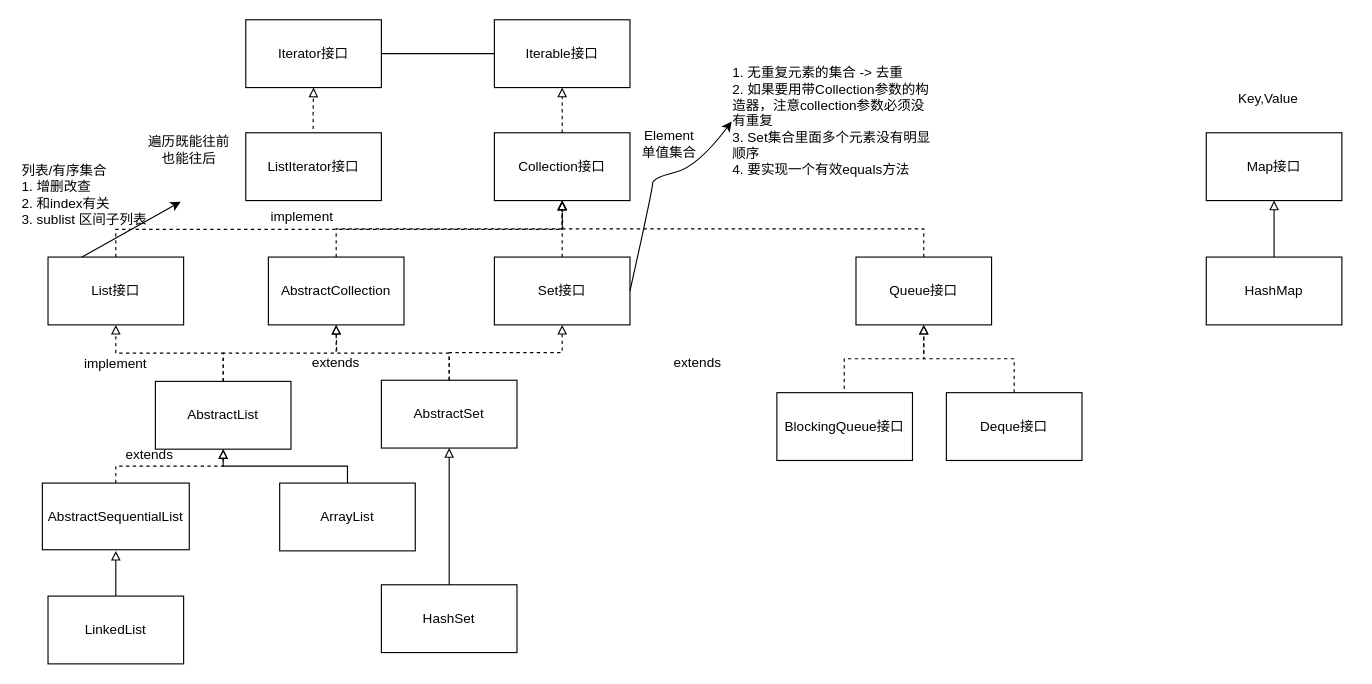
The draw.io diagram collections.drawio in zhangge208/LearningJava, before the edit. Source tidied: cells renumbered, new cells numbered last; positions are measured from the earlier drawing's top-left corner, leaving out a move shared by most shapes. Both pictures are drawn from the tidied source at 113%, with x=0, y=0 at pixel (19, 19).
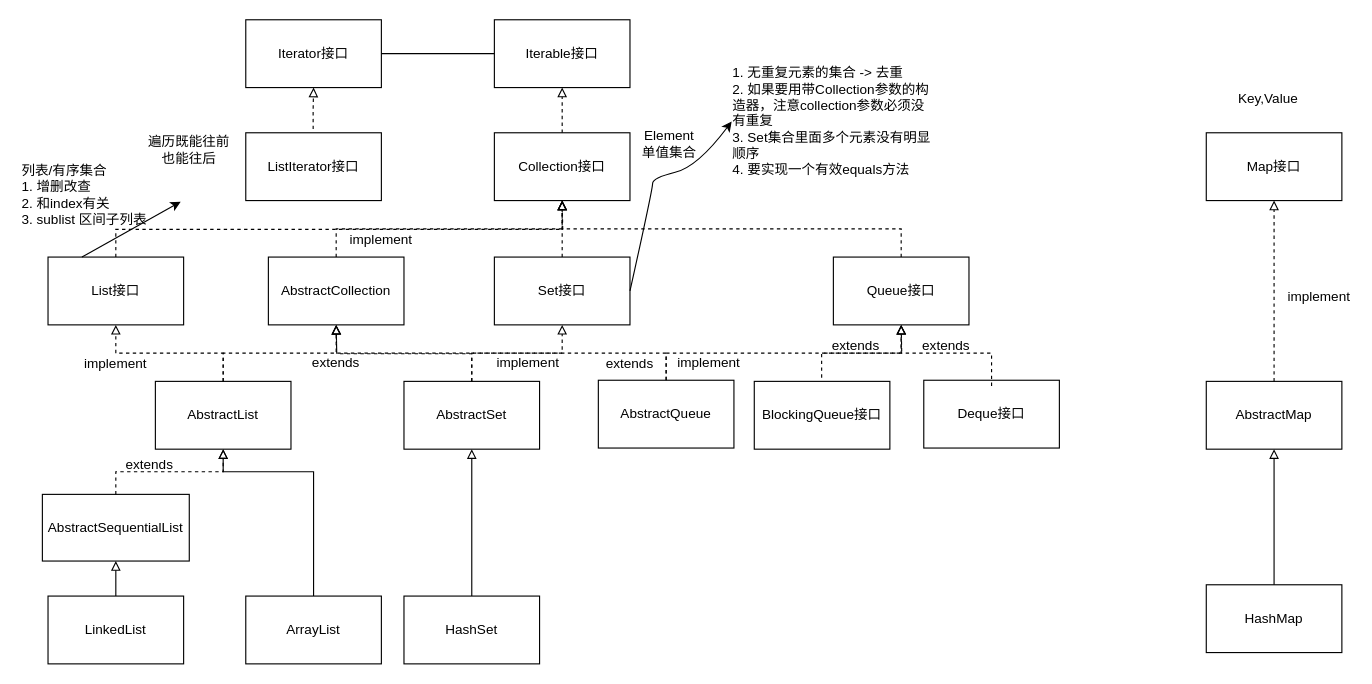
After the change.

The change refers to these unchanged cells:
```xml
<mxCell id="4" value="Map接口" style="rounded=0;whiteSpace=wrap;html=1;" parent="1" vertex="1">
  <mxGeometry x="1050" y="100" width="120" height="60" as="geometry" />
</mxCell>
<mxCell id="35" value="AbstractList" style="rounded=0;whiteSpace=wrap;html=1;" parent="1" vertex="1">
  <mxGeometry x="120" y="320" width="120" height="60" as="geometry" />
</mxCell>
<mxCell id="43" value="LinkedList" style="rounded=0;whiteSpace=wrap;html=1;" parent="1" vertex="1">
  <mxGeometry x="25" y="510" width="120" height="60" as="geometry" />
</mxCell>
```

What changed in the source:
```diff
@@
     <mxCell id="10" value="HashMap" style="rounded=0;whiteSpace=wrap;html=1;" parent="1" vertex="1">
-      <mxGeometry x="1050" y="210" width="120" height="60" as="geometry" />
+      <mxGeometry x="1050" y="500" width="120" height="60" as="geometry" />
     </mxCell>
-    <mxCell id="11" style="endArrow=block;endFill=0;shadow=0;strokeWidth=1;rounded=0;edgeStyle=orthogonalEdgeStyle;elbow=vertical;exitX=0.5;exitY=0;exitDx=0;exitDy=0;entryX=0.5;entryY=1;entryDx=0;entryDy=0;" parent="1" edge="1" source="10" target="4">
+    <mxCell id="11" style="endArrow=block;endFill=0;shadow=0;strokeWidth=1;rounded=0;edgeStyle=orthogonalEdgeStyle;elbow=vertical;exitX=0.5;exitY=0;exitDx=0;exitDy=0;entryX=0.5;entryY=1;entryDx=0;entryDy=0;" parent="1" edge="1" source="10" target="57">
       <mxGeometry relative="1" as="geometry" />
     </mxCell>
     <mxCell id="12" value="HashSet" style="rounded=0;whiteSpace=wrap;html=1;" parent="1" vertex="1">
-      <mxGeometry x="320" y="500" width="120" height="60" as="geometry" />
+      <mxGeometry x="340" y="510" width="120" height="60" as="geometry" />
     </mxCell>
@@
     <mxCell id="14" value="ArrayList" style="rounded=0;whiteSpace=wrap;html=1;" parent="1" vertex="1">
-      <mxGeometry x="230" y="410" width="120" height="60" as="geometry" />
+      <mxGeometry x="200" y="510" width="120" height="60" as="geometry" />
     </mxCell>
     <mxCell id="15" style="endArrow=block;endFill=0;shadow=0;strokeWidth=1;rounded=0;edgeStyle=orthogonalEdgeStyle;elbow=vertical;exitX=0.5;exitY=0;exitDx=0;exitDy=0;entryX=0.5;entryY=1;entryDx=0;entryDy=0;" parent="1" edge="1" source="14" target="35">
-      <mxGeometry relative="1" as="geometry" />
+      <mxGeometry relative="1" as="geometry">
+        <Array as="points">
+          <mxPoint x="260" y="400" />
+          <mxPoint x="180" y="400" />
+        </Array>
+      </mxGeometry>
     </mxCell>
@@
     <mxCell id="25" style="endArrow=block;endFill=0;shadow=0;strokeWidth=1;rounded=0;edgeStyle=orthogonalEdgeStyle;elbow=vertical;dashed=1;exitX=0.5;exitY=0;exitDx=0;exitDy=0;" parent="1" edge="1" source="26">
       <mxGeometry relative="1" as="geometry">
         <mxPoint x="480" y="160" as="targetPoint" />
         <Array as="points">
-          <mxPoint x="800" y="185" />
+          <mxPoint x="780" y="185" />
           <mxPoint x="480" y="185" />
         </Array>
       </mxGeometry>
     </mxCell>
     <mxCell id="26" value="Queue接口" style="rounded=0;whiteSpace=wrap;html=1;" parent="1" vertex="1">
-      <mxGeometry x="740" y="210" width="120" height="60" as="geometry" />
+      <mxGeometry x="720" y="210" width="120" height="60" as="geometry" />
     </mxCell>
@@
     <mxCell id="28" value="BlockingQueue接口" style="rounded=0;whiteSpace=wrap;html=1;" parent="1" vertex="1">
-      <mxGeometry x="670" y="330" width="120" height="60" as="geometry" />
+      <mxGeometry x="650" y="320" width="120" height="60" as="geometry" />
     </mxCell>
@@
     <mxCell id="30" value="Deque接口" style="rounded=0;whiteSpace=wrap;html=1;" parent="1" vertex="1">
-      <mxGeometry x="820" y="330" width="120" height="60" as="geometry" />
+      <mxGeometry x="800" y="319" width="120" height="60" as="geometry" />
     </mxCell>
-    <mxCell id="31" style="endArrow=block;endFill=0;shadow=0;strokeWidth=1;rounded=0;edgeStyle=elbowEdgeStyle;dashed=1;elbow=vertical;exitX=0.5;exitY=0;exitDx=0;exitDy=0;entryX=0.5;entryY=1;entryDx=0;entryDy=0;" parent="1" edge="1" source="30" target="26">
+    <mxCell id="31" style="endArrow=block;endFill=0;shadow=0;strokeWidth=1;rounded=0;edgeStyle=elbowEdgeStyle;dashed=1;elbow=vertical;exitX=0.5;exitY=0;exitDx=0;exitDy=0;" parent="1" edge="1">
       <mxGeometry relative="1" as="geometry">
+        <mxPoint x="860" y="324" as="sourcePoint" />
+        <mxPoint x="780" y="270" as="targetPoint" />
         <Array as="points">
-          <mxPoint x="880" y="300" />
+          <mxPoint x="820" y="295" />
         </Array>
       </mxGeometry>
     </mxCell>
@@
     <mxCell id="40" value="AbstractSequentialList" style="rounded=0;whiteSpace=wrap;html=1;" parent="1" vertex="1">
-      <mxGeometry x="20" y="410" width="130" height="59" as="geometry" />
+      <mxGeometry x="20" y="420" width="130" height="59" as="geometry" />
     </mxCell>
@@
     <mxCell id="42" value="extends" style="text;html=1;strokeColor=none;fillColor=none;align=center;verticalAlign=middle;whiteSpace=wrap;rounded=0;fontSize=12;fontFamily=Helvetica;" parent="1" vertex="1">
-      <mxGeometry x="85" y="370" width="60" height="30" as="geometry" />
+      <mxGeometry x="85" y="379" width="60" height="30" as="geometry" />
     </mxCell>
@@
-    <mxCell id="44" style="endArrow=block;endFill=0;shadow=0;strokeWidth=1;rounded=0;edgeStyle=orthogonalEdgeStyle;elbow=vertical;exitX=0.5;exitY=0;exitDx=0;exitDy=0;" parent="1" edge="1" source="43">
-      <mxGeometry relative="1" as="geometry">
-        <mxPoint x="85" y="470" as="targetPoint" />
-      </mxGeometry>
+    <mxCell id="44" style="endArrow=block;endFill=0;shadow=0;strokeWidth=1;rounded=0;edgeStyle=orthogonalEdgeStyle;elbow=vertical;exitX=0.5;exitY=0;exitDx=0;exitDy=0;entryX=0.5;entryY=1;entryDx=0;entryDy=0;" parent="1" edge="1" source="43" target="40">
+      <mxGeometry relative="1" as="geometry" />
     </mxCell>
     <mxCell id="45" value="implement" style="text;html=1;strokeColor=none;fillColor=none;align=center;verticalAlign=middle;whiteSpace=wrap;rounded=0;fontSize=12;fontFamily=Helvetica;" parent="1" vertex="1">
-      <mxGeometry x="220" y="160" width="60" height="30" as="geometry" />
+      <mxGeometry x="290" y="180" width="60" height="30" as="geometry" />
     </mxCell>
     <mxCell id="46" value="AbstractSet" style="rounded=0;whiteSpace=wrap;html=1;" parent="1" vertex="1">
-      <mxGeometry x="320" y="319" width="120" height="60" as="geometry" />
+      <mxGeometry x="340" y="320" width="120" height="60" as="geometry" />
     </mxCell>
@@
-    <mxCell id="48" value="extends" style="text;html=1;strokeColor=none;fillColor=none;align=center;verticalAlign=middle;whiteSpace=wrap;rounded=0;fontSize=12;fontFamily=Helvetica;" parent="1" vertex="1">
-      <mxGeometry x="570" y="289" width="60" height="30" as="geometry" />
+    <mxCell id="48" value="implement" style="text;html=1;strokeColor=none;fillColor=none;align=center;verticalAlign=middle;whiteSpace=wrap;rounded=0;fontSize=12;fontFamily=Helvetica;" parent="1" vertex="1">
+      <mxGeometry x="420" y="289" width="60" height="30" as="geometry" />
     </mxCell>
@@
+    <mxCell id="50" value="extends" style="text;html=1;strokeColor=none;fillColor=none;align=center;verticalAlign=middle;whiteSpace=wrap;rounded=0;fontSize=12;fontFamily=Helvetica;" parent="1" vertex="1">
+      <mxGeometry x="710" y="274" width="60" height="30" as="geometry" />
+    </mxCell>
+    <mxCell id="51" value="extends" style="text;html=1;strokeColor=none;fillColor=none;align=center;verticalAlign=middle;whiteSpace=wrap;rounded=0;fontSize=12;fontFamily=Helvetica;" parent="1" vertex="1">
+      <mxGeometry x="790" y="274" width="60" height="30" as="geometry" />
+    </mxCell>
+    <mxCell id="52" style="endArrow=block;endFill=0;shadow=0;strokeWidth=1;rounded=0;edgeStyle=orthogonalEdgeStyle;elbow=vertical;dashed=1;exitX=0.5;exitY=0;exitDx=0;exitDy=0;" parent="1" edge="1" source="53">
+      <mxGeometry relative="1" as="geometry">
+        <mxPoint x="280" y="270" as="targetPoint" />
+      </mxGeometry>
+    </mxCell>
+    <mxCell id="53" value="AbstractQueue" style="rounded=0;whiteSpace=wrap;html=1;" parent="1" vertex="1">
+      <mxGeometry x="512" y="319" width="120" height="60" as="geometry" />
+    </mxCell>
+    <mxCell id="54" style="endArrow=block;endFill=0;shadow=0;strokeWidth=1;rounded=0;edgeStyle=orthogonalEdgeStyle;elbow=vertical;dashed=1;exitX=0.5;exitY=0;exitDx=0;exitDy=0;" parent="1" edge="1" source="53">
+      <mxGeometry relative="1" as="geometry">
+        <mxPoint x="780" y="270" as="targetPoint" />
+      </mxGeometry>
+    </mxCell>
+    <mxCell id="55" value="extends" style="text;html=1;strokeColor=none;fillColor=none;align=center;verticalAlign=middle;whiteSpace=wrap;rounded=0;fontSize=12;fontFamily=Helvetica;" parent="1" vertex="1">
+      <mxGeometry x="510" y="290" width="60" height="30" as="geometry" />
+    </mxCell>
+    <mxCell id="56" value="implement" style="text;html=1;strokeColor=none;fillColor=none;align=center;verticalAlign=middle;whiteSpace=wrap;rounded=0;fontSize=12;fontFamily=Helvetica;" parent="1" vertex="1">
+      <mxGeometry x="580" y="289" width="60" height="30" as="geometry" />
+    </mxCell>
+    <mxCell id="57" value="AbstractMap" style="rounded=0;whiteSpace=wrap;html=1;" parent="1" vertex="1">
+      <mxGeometry x="1050" y="320" width="120" height="60" as="geometry" />
+    </mxCell>
+    <mxCell id="58" style="endArrow=block;endFill=0;shadow=0;strokeWidth=1;rounded=0;edgeStyle=orthogonalEdgeStyle;elbow=vertical;dashed=1;exitX=0.5;exitY=0;exitDx=0;exitDy=0;" parent="1" edge="1" source="57" target="4">
+      <mxGeometry relative="1" as="geometry" />
+    </mxCell>
+    <mxCell id="59" value="implement" style="text;html=1;strokeColor=none;fillColor=none;align=center;verticalAlign=middle;whiteSpace=wrap;rounded=0;fontSize=12;fontFamily=Helvetica;" parent="1" vertex="1">
+      <mxGeometry x="1120" y="230" width="60" height="30" as="geometry" />
+    </mxCell>
```
